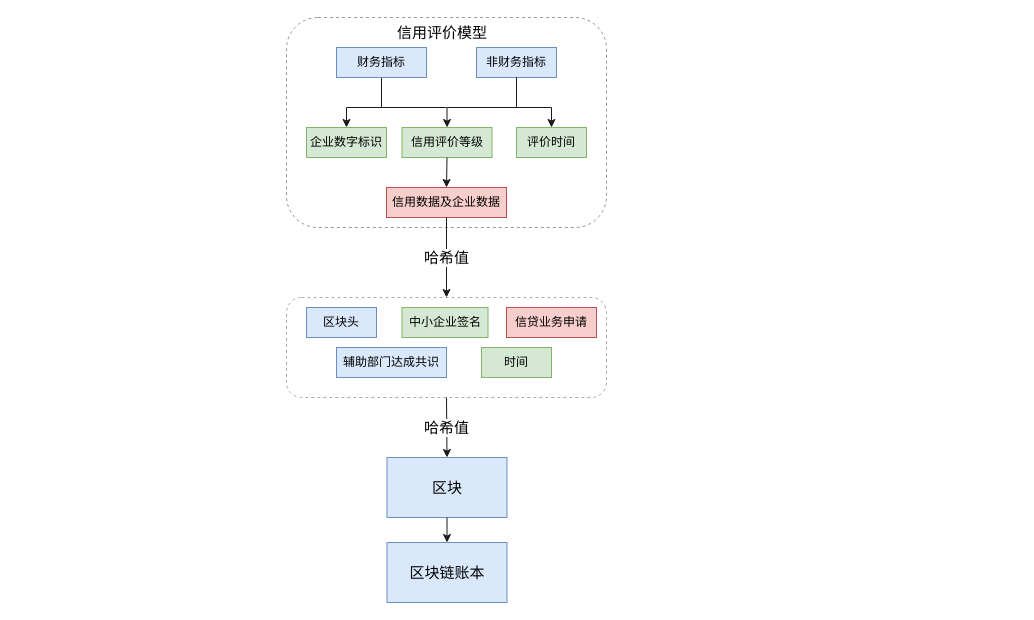
The draw.io diagram 未命名绘图.drawio in Soldier33/v3, before the edit. Source tidied: cells renumbered, new cells numbered last; positions are measured from the earlier drawing's top-left corner, leaving out a move shared by most shapes. Both pictures are drawn from the tidied source at 100%, with x=0, y=0 at pixel (286, 17).
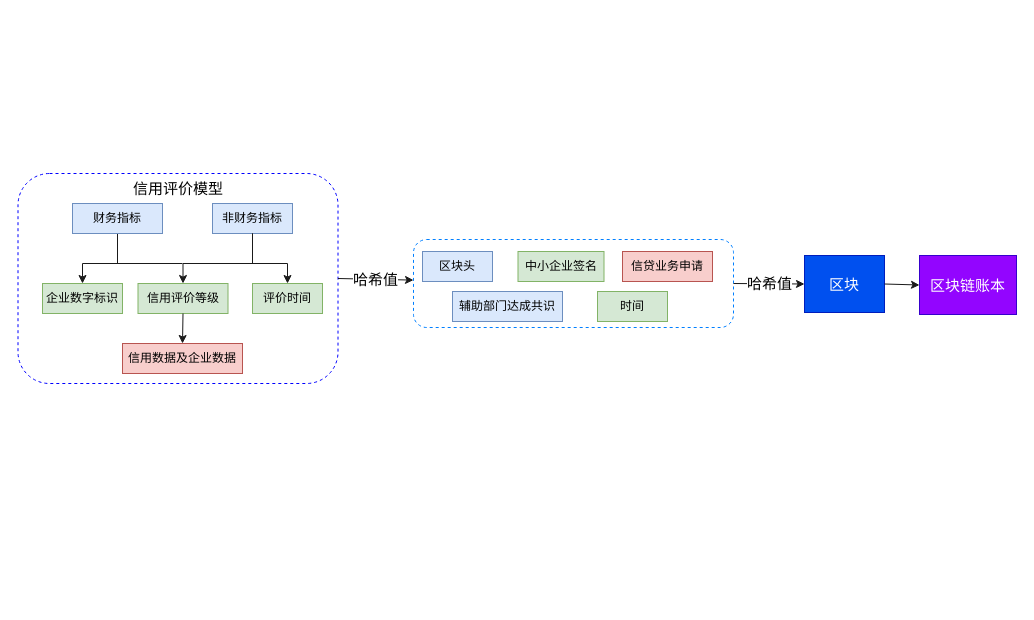
The same diagram, later.

Diff of the diagram source:
```diff
@@
-    <mxCell id="2" style="rounded=1;whiteSpace=wrap;html=1;dashed=1;strokeColor=#999999;" parent="1" vertex="1">
-      <mxGeometry width="320" height="210" as="geometry" />
+    <mxCell id="2" style="rounded=1;whiteSpace=wrap;html=1;dashed=1;strokeColor=#0000FF;" parent="1" vertex="1">
+      <mxGeometry x="-268.5" y="156" width="320" height="210" as="geometry" />
     </mxCell>
-    <mxCell id="3" style="edgeStyle=orthogonalEdgeStyle;rounded=0;jettySize=auto;html=1;exitX=0.5;exitY=1;exitDx=0;exitDy=0;entryX=0.5;entryY=0;entryDx=0;entryDy=0;fontSize=15;strokeColor=#1A1A1A;" parent="1" edge="1" source="4" target="6">
-      <mxGeometry relative="1" as="geometry">
-        <Array as="points">
-          <mxPoint x="60" y="90" />
-          <mxPoint x="30" y="90" />
-        </Array>
-      </mxGeometry>
-    </mxCell>
-    <mxCell id="4" value="财务指标" style="rounded=0;whiteSpace=wrap;html=1;fillColor=#dae8fc;strokeColor=#6c8ebf;" parent="1" vertex="1">
-      <mxGeometry x="50" y="30" width="90" height="30" as="geometry" />
-    </mxCell>
-    <mxCell id="5" value="非财务指标" style="rounded=0;whiteSpace=wrap;html=1;fillColor=#dae8fc;strokeColor=#6c8ebf;" parent="1" vertex="1">
-      <mxGeometry x="190" y="30" width="80" height="30" as="geometry" />
-    </mxCell>
-    <mxCell id="6" value="企业数字标识" style="rounded=0;whiteSpace=wrap;html=1;fillColor=#d5e8d4;strokeColor=#82b366;" parent="1" vertex="1">
-      <mxGeometry x="20" y="110" width="80" height="30" as="geometry" />
-    </mxCell>
-    <mxCell id="7" style="edgeStyle=orthogonalEdgeStyle;rounded=0;jettySize=auto;html=1;fontSize=15;strokeColor=#1A1A1A;entryX=0.5;entryY=0;entryDx=0;entryDy=0;exitX=0.5;exitY=1;exitDx=0;exitDy=0;" parent="1" edge="1" source="5" target="8">
-      <mxGeometry relative="1" as="geometry">
-        <Array as="points">
-          <mxPoint x="240" y="90" />
-          <mxPoint x="150" y="90" />
-        </Array>
-      </mxGeometry>
-    </mxCell>
-    <mxCell id="8" value="信用评价等级" style="rounded=0;whiteSpace=wrap;html=1;fillColor=#d5e8d4;strokeColor=#82b366;" parent="1" vertex="1">
-      <mxGeometry x="115.5" y="110" width="90" height="30" as="geometry" />
-    </mxCell>
-    <mxCell id="9" value="评价时间" style="rounded=0;whiteSpace=wrap;html=1;fillColor=#d5e8d4;strokeColor=#82b366;" parent="1" vertex="1">
-      <mxGeometry x="230" y="110" width="70" height="30" as="geometry" />
-    </mxCell>
-    <mxCell id="10" value="信用数据及企业数据" style="rounded=0;whiteSpace=wrap;html=1;fillColor=#f8cecc;strokeColor=#b85450;" parent="1" vertex="1">
-      <mxGeometry x="100" y="170" width="120" height="30" as="geometry" />
-    </mxCell>
-    <mxCell id="11" value="&lt;font style=&quot;font-size: 15px;&quot;&gt;信用评价模型&lt;/font&gt;" style="text;html=1;strokeColor=none;fillColor=none;align=center;verticalAlign=middle;whiteSpace=wrap;rounded=0;" parent="1" vertex="1">
-      <mxGeometry x="105.5" width="100" height="30" as="geometry" />
-    </mxCell>
-    <mxCell id="12" style="rounded=1;whiteSpace=wrap;html=1;dashed=1;strokeColor=#ABABAB;" parent="1" vertex="1">
-      <mxGeometry y="280" width="320" height="100" as="geometry" />
+    <mxCell id="12" style="rounded=1;whiteSpace=wrap;html=1;dashed=1;strokeColor=#007FFF;" parent="1" vertex="1">
+      <mxGeometry x="127" y="222" width="320" height="88" as="geometry" />
     </mxCell>
     <mxCell id="13" value="区块头" style="rounded=0;whiteSpace=wrap;html=1;fillColor=#dae8fc;strokeColor=#6c8ebf;" parent="1" vertex="1">
-      <mxGeometry x="20" y="290" width="70" height="30" as="geometry" />
+      <mxGeometry x="136" y="234" width="70" height="30" as="geometry" />
     </mxCell>
     <mxCell id="14" value="辅助部门达成共识" style="rounded=0;whiteSpace=wrap;html=1;fillColor=#dae8fc;strokeColor=#6c8ebf;" parent="1" vertex="1">
-      <mxGeometry x="50" y="330" width="110" height="30" as="geometry" />
+      <mxGeometry x="166" y="274" width="110" height="30" as="geometry" />
     </mxCell>
     <mxCell id="15" value="中小企业签名" style="rounded=0;whiteSpace=wrap;html=1;fillColor=#d5e8d4;strokeColor=#82b366;" parent="1" vertex="1">
-      <mxGeometry x="115.5" y="290" width="86" height="30" as="geometry" />
+      <mxGeometry x="231.5" y="234" width="86" height="30" as="geometry" />
     </mxCell>
     <mxCell id="16" value="时间" style="rounded=0;whiteSpace=wrap;html=1;fillColor=#d5e8d4;strokeColor=#82b366;" parent="1" vertex="1">
-      <mxGeometry x="195" y="330" width="70" height="30" as="geometry" />
+      <mxGeometry x="311" y="274" width="70" height="30" as="geometry" />
     </mxCell>
     <mxCell id="17" value="信贷业务申请" style="rounded=0;whiteSpace=wrap;html=1;fillColor=#f8cecc;strokeColor=#b85450;" parent="1" vertex="1">
-      <mxGeometry x="220" y="290" width="90" height="30" as="geometry" />
+      <mxGeometry x="336" y="234" width="90" height="30" as="geometry" />
     </mxCell>
-    <mxCell id="18" value="哈希值" style="endArrow=classic;html=1;rounded=0;fontSize=15;strokeColor=#1A1A1A;exitX=0.5;exitY=1;exitDx=0;exitDy=0;entryX=0.5;entryY=0;entryDx=0;entryDy=0;" parent="1" edge="1" source="10" target="12">
+    <mxCell id="18" value="哈希值" style="endArrow=classic;html=1;rounded=0;fontSize=15;strokeColor=#1A1A1A;exitX=1;exitY=0.5;exitDx=0;exitDy=0;" parent="1" edge="1" source="2" target="12">
       <mxGeometry relative="1" as="geometry" />
     </mxCell>
-    <mxCell id="19" value="区块" style="rounded=0;whiteSpace=wrap;html=1;fontSize=15;fillColor=#dae8fc;strokeColor=#6c8ebf;" parent="1" vertex="1">
-      <mxGeometry x="100.5" y="440" width="120" height="60" as="geometry" />
+    <mxCell id="19" value="区块" style="rounded=0;whiteSpace=wrap;html=1;fontSize=15;fillColor=#0050ef;strokeColor=#001DBC;fontColor=#ffffff;" parent="1" vertex="1">
+      <mxGeometry x="518" y="238" width="80" height="57" as="geometry" />
     </mxCell>
-    <mxCell id="20" value="哈希值" style="endArrow=classic;html=1;rounded=0;fontSize=15;strokeColor=#1A1A1A;entryX=0.5;entryY=0;entryDx=0;entryDy=0;exitX=0.5;exitY=1;exitDx=0;exitDy=0;" parent="1" edge="1" source="12" target="19">
+    <mxCell id="20" value="哈希值" style="endArrow=classic;html=1;rounded=0;fontSize=15;strokeColor=#1A1A1A;entryX=0;entryY=0.5;entryDx=0;entryDy=0;exitX=1;exitY=0.5;exitDx=0;exitDy=0;" parent="1" edge="1" source="12" target="19">
       <mxGeometry relative="1" as="geometry" />
     </mxCell>
-    <mxCell id="21" value="区块链账本" style="rounded=0;whiteSpace=wrap;html=1;fontSize=15;fillColor=#dae8fc;strokeColor=#6c8ebf;" parent="1" vertex="1">
-      <mxGeometry x="100.5" y="525" width="120" height="60" as="geometry" />
+    <mxCell id="21" value="区块链账本" style="rounded=0;whiteSpace=wrap;html=1;fontSize=15;fillColor=#9305FF;strokeColor=#3700CC;fontColor=#ffffff;" parent="1" vertex="1">
+      <mxGeometry x="633" y="238" width="97" height="59" as="geometry" />
     </mxCell>
-    <mxCell id="22" style="endArrow=classic;html=1;rounded=0;fontSize=15;strokeColor=#1A1A1A;entryX=0.5;entryY=0;entryDx=0;entryDy=0;exitX=0.5;exitY=1;exitDx=0;exitDy=0;" parent="1" edge="1" source="19" target="21">
+    <mxCell id="22" style="endArrow=classic;html=1;rounded=0;fontSize=15;strokeColor=#1A1A1A;entryX=0;entryY=0.5;entryDx=0;entryDy=0;exitX=1;exitY=0.5;exitDx=0;exitDy=0;" parent="1" edge="1" source="19" target="21">
       <mxGeometry relative="1" as="geometry" />
     </mxCell>
-    <mxCell id="23" style="endArrow=classic;html=1;rounded=0;fontSize=15;strokeColor=#1A1A1A;entryX=0.5;entryY=0;entryDx=0;entryDy=0;" parent="1" edge="1" target="9">
-      <mxGeometry relative="1" as="geometry">
-        <mxPoint x="230" y="60" as="sourcePoint" />
-        <Array as="points">
-          <mxPoint x="230" y="90" />
-          <mxPoint x="265" y="90" />
-        </Array>
-      </mxGeometry>
-    </mxCell>
+    <mxCell id="3" style="edgeStyle=orthogonalEdgeStyle;rounded=0;jettySize=auto;html=1;exitX=0.5;exitY=1;exitDx=0;exitDy=0;entryX=0.5;entryY=0;entryDx=0;entryDy=0;fontSize=15;strokeColor=#1A1A1A;" parent="1" edge="1" source="4" target="6">
+      <mxGeometry relative="1" as="geometry">
+        <Array as="points">
+          <mxPoint x="-204" y="246" />
+          <mxPoint x="-234" y="246" />
+        </Array>
+      </mxGeometry>
+    </mxCell>
+    <mxCell id="4" value="财务指标" style="rounded=0;whiteSpace=wrap;html=1;fillColor=#dae8fc;strokeColor=#6c8ebf;" parent="1" vertex="1">
+      <mxGeometry x="-214" y="186" width="90" height="30" as="geometry" />
+    </mxCell>
+    <mxCell id="5" value="非财务指标" style="rounded=0;whiteSpace=wrap;html=1;fillColor=#dae8fc;strokeColor=#6c8ebf;" parent="1" vertex="1">
+      <mxGeometry x="-74" y="186" width="80" height="30" as="geometry" />
+    </mxCell>
+    <mxCell id="6" value="企业数字标识" style="rounded=0;whiteSpace=wrap;html=1;fillColor=#d5e8d4;strokeColor=#82b366;" parent="1" vertex="1">
+      <mxGeometry x="-244" y="266" width="80" height="30" as="geometry" />
+    </mxCell>
+    <mxCell id="7" style="edgeStyle=orthogonalEdgeStyle;rounded=0;jettySize=auto;html=1;fontSize=15;strokeColor=#1A1A1A;entryX=0.5;entryY=0;entryDx=0;entryDy=0;exitX=0.5;exitY=1;exitDx=0;exitDy=0;" parent="1" edge="1" source="5" target="8">
+      <mxGeometry relative="1" as="geometry">
+        <Array as="points">
+          <mxPoint x="-24" y="246" />
+          <mxPoint x="-114" y="246" />
+        </Array>
+      </mxGeometry>
+    </mxCell>
+    <mxCell id="8" value="信用评价等级" style="rounded=0;whiteSpace=wrap;html=1;fillColor=#d5e8d4;strokeColor=#82b366;" parent="1" vertex="1">
+      <mxGeometry x="-148.5" y="266" width="90" height="30" as="geometry" />
+    </mxCell>
+    <mxCell id="9" value="评价时间" style="rounded=0;whiteSpace=wrap;html=1;fillColor=#d5e8d4;strokeColor=#82b366;" parent="1" vertex="1">
+      <mxGeometry x="-34" y="266" width="70" height="30" as="geometry" />
+    </mxCell>
+    <mxCell id="10" value="信用数据及企业数据" style="rounded=0;whiteSpace=wrap;html=1;fillColor=#f8cecc;strokeColor=#b85450;" parent="1" vertex="1">
+      <mxGeometry x="-164" y="326" width="120" height="30" as="geometry" />
+    </mxCell>
+    <mxCell id="11" value="&lt;font style=&quot;font-size: 15px;&quot;&gt;信用评价模型&lt;/font&gt;" style="text;html=1;strokeColor=none;fillColor=none;align=center;verticalAlign=middle;whiteSpace=wrap;rounded=0;" parent="1" vertex="1">
+      <mxGeometry x="-158.5" y="156" width="100" height="30" as="geometry" />
+    </mxCell>
+    <mxCell id="26" style="endArrow=classic;html=1;rounded=0;fontSize=15;strokeColor=#1A1A1A;entryX=0.5;entryY=0;entryDx=0;entryDy=0;" parent="1" edge="1" target="9">
+      <mxGeometry relative="1" as="geometry">
+        <mxPoint x="-34" y="216" as="sourcePoint" />
+        <Array as="points">
+          <mxPoint x="-34" y="246" />
+          <mxPoint x="1" y="246" />
+        </Array>
+      </mxGeometry>
+    </mxCell>
@@
-    <mxCell id="25" style="endArrow=none;html=1;rounded=0;fontSize=15;strokeColor=#1A1A1A;" parent="1" edge="1">
-      <mxGeometry relative="1" as="geometry">
-        <mxPoint x="90" y="90" as="sourcePoint" />
-        <mxPoint x="160" y="90" as="targetPoint" />
-      </mxGeometry>
-    </mxCell>
+    <mxCell id="27" style="endArrow=none;html=1;rounded=0;fontSize=15;strokeColor=#1A1A1A;" parent="1" edge="1">
+      <mxGeometry relative="1" as="geometry">
+        <mxPoint x="-174" y="246" as="sourcePoint" />
+        <mxPoint x="-104" y="246" as="targetPoint" />
+      </mxGeometry>
+    </mxCell>
```
